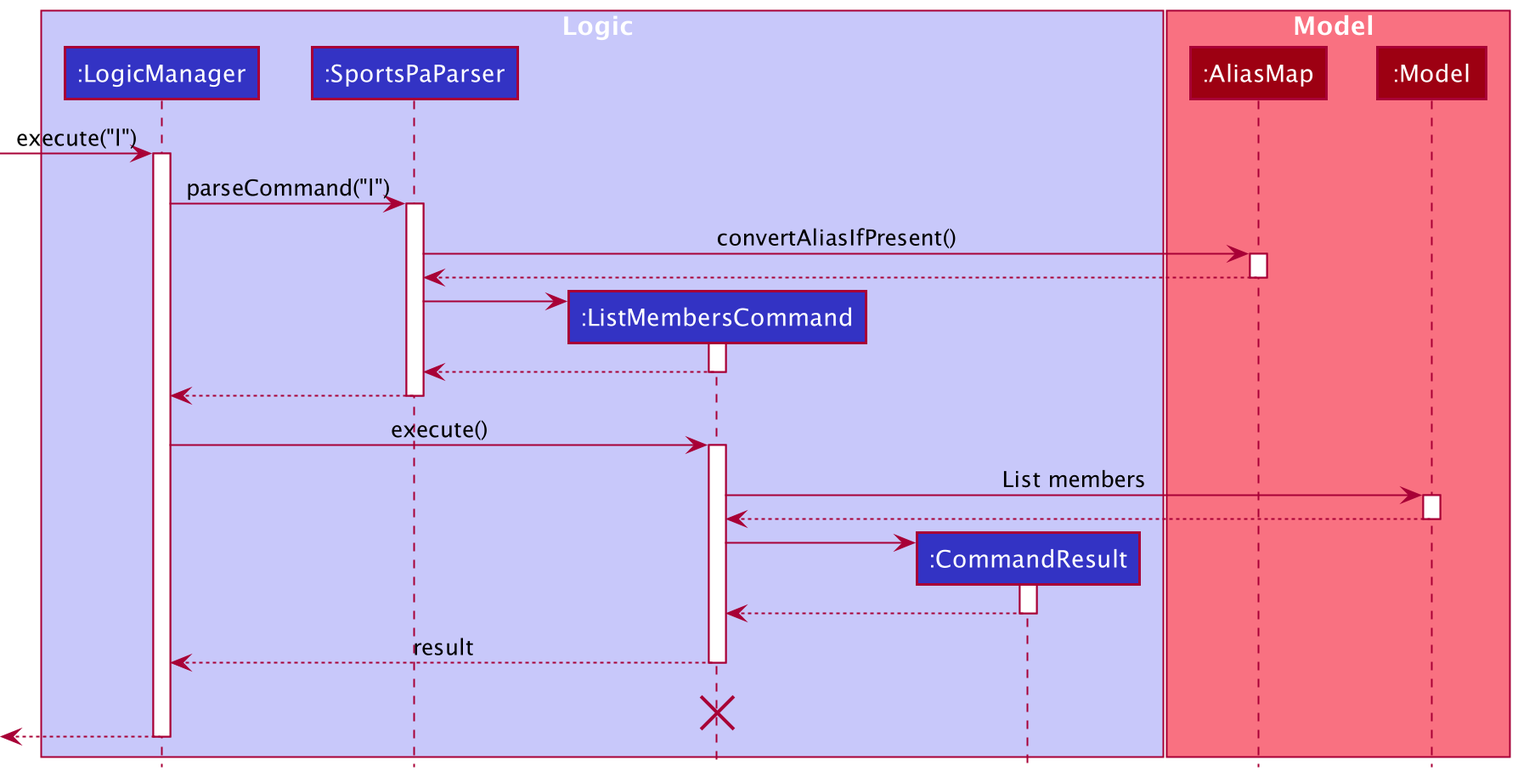
This is docs/images/AliasSequenceDiagram.png from nus-cs2103-AY2122S1/tp, a PlantUML export, as it was before one commit. Its source is kept beside it as docs/diagrams/AliasSequenceDiagram.puml.
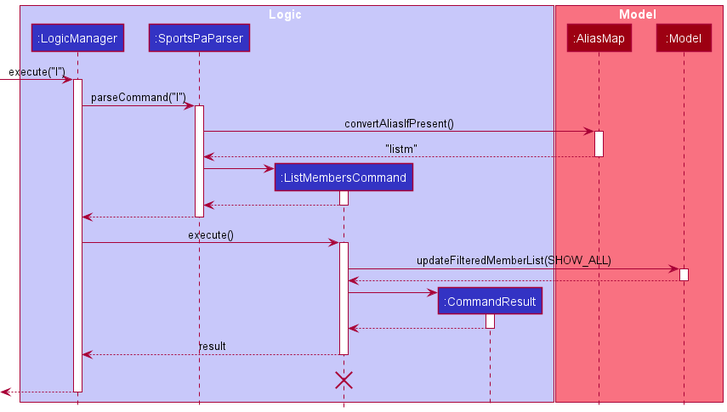
After the change.

Commit message:
Update Alias implementation diagrams

Diff of the diagram source:
```diff
@@ -21,7 +21,7 @@
 
 SportsPaParser -> AliasMap : convertAliasIfPresent()
 activate AliasMap
-AliasMap --> SportsPaParser
+AliasMap --> SportsPaParser : "listm"
 deactivate AliasMap
 
 create ListMembersCommand
@@ -37,7 +37,7 @@
 LogicManager -> ListMembersCommand : execute()
 activate ListMembersCommand
 
-ListMembersCommand -> Model : List members
+ListMembersCommand -> Model : updateFilteredMemberList(SHOW_ALL)
 activate Model
 
 Model --> ListMembersCommand
```
